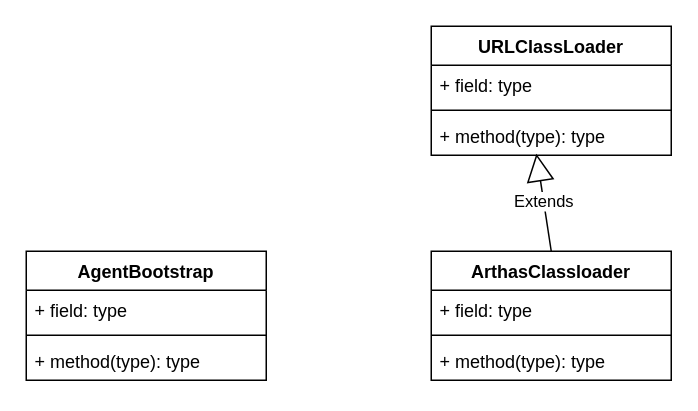
This is page "agent" (3 of 13) of arthas.drawio from tadsimons/draw, a draw.io file, before an edit. Source tidied: cells renumbered, new cells numbered last; positions are measured from the earlier drawing's top-left corner, leaving out a move shared by most shapes. Both pictures are drawn from the tidied source at 150%, with x=0, y=0 at pixel (26, 26).
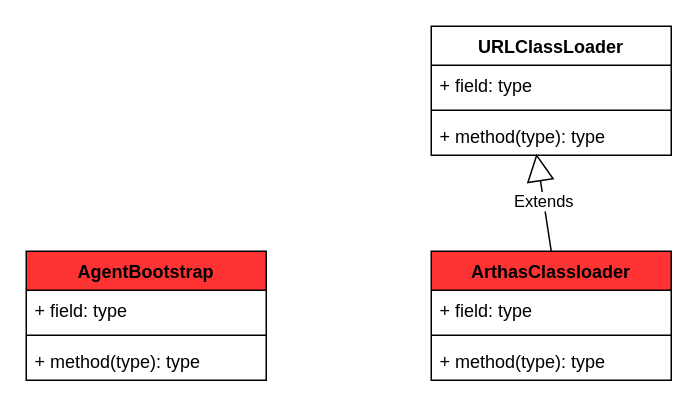
The same page after the edit.

What changed in the source:
```diff
@@
 <mxGraphModel>
   <root>
     <mxCell id="0" />
     <mxCell id="1" parent="0" />
-    <mxCell id="2" value="AgentBootstrap" style="swimlane;fontStyle=1;align=center;verticalAlign=top;horizontal=1;startSize=26;fillColor=#FFFFFF;" parent="1" vertex="1">
+    <mxCell id="2" value="AgentBootstrap" style="swimlane;fontStyle=1;align=center;verticalAlign=top;horizontal=1;startSize=26;fillColor=#FF3333;" parent="1" vertex="1">
       <mxGeometry y="150" width="160" height="86" as="geometry" />
     </mxCell>
     <mxCell id="3" value="+ field: type" style="text;strokeColor=none;fillColor=none;align=left;verticalAlign=top;spacingLeft=4;spacingRight=4;overflow=hidden;" parent="2" vertex="1">
       <mxGeometry y="26" width="160" height="26" as="geometry" />
     </mxCell>
     <mxCell id="4" style="line;strokeWidth=1;fillColor=none;align=left;verticalAlign=middle;spacingTop=-1;spacingLeft=3;spacingRight=3;labelPosition=right;" parent="2" vertex="1">
       <mxGeometry y="52" width="160" height="8" as="geometry" />
     </mxCell>
     <mxCell id="5" value="+ method(type): type" style="text;strokeColor=none;fillColor=none;align=left;verticalAlign=top;spacingLeft=4;spacingRight=4;overflow=hidden;" parent="2" vertex="1">
       <mxGeometry y="60" width="160" height="26" as="geometry" />
     </mxCell>
-    <mxCell id="6" value="ArthasClassloader" style="swimlane;fontStyle=1;align=center;verticalAlign=top;horizontal=1;startSize=26;fillColor=#FFFFFF;" parent="1" vertex="1">
+    <mxCell id="6" value="ArthasClassloader" style="swimlane;fontStyle=1;align=center;verticalAlign=top;horizontal=1;startSize=26;fillColor=#FF3333;" parent="1" vertex="1">
       <mxGeometry x="270" y="150" width="160" height="86" as="geometry" />
     </mxCell>
     <mxCell id="7" value="+ field: type" style="text;strokeColor=none;fillColor=none;align=left;verticalAlign=top;spacingLeft=4;spacingRight=4;overflow=hidden;" parent="6" vertex="1">
       <mxGeometry y="26" width="160" height="26" as="geometry" />
     </mxCell>
     <mxCell id="8" style="line;strokeWidth=1;fillColor=none;align=left;verticalAlign=middle;spacingTop=-1;spacingLeft=3;spacingRight=3;labelPosition=right;" parent="6" vertex="1">
       <mxGeometry y="52" width="160" height="8" as="geometry" />
     </mxCell>
     <mxCell id="9" value="+ method(type): type" style="text;strokeColor=none;fillColor=none;align=left;verticalAlign=top;spacingLeft=4;spacingRight=4;overflow=hidden;" parent="6" vertex="1">
       <mxGeometry y="60" width="160" height="26" as="geometry" />
     </mxCell>
     <mxCell id="10" value="URLClassLoader" style="swimlane;fontStyle=1;align=center;verticalAlign=top;horizontal=1;startSize=26;fillColor=#FFFFFF;" parent="1" vertex="1">
       <mxGeometry x="270" width="160" height="86" as="geometry" />
     </mxCell>
     <mxCell id="11" value="+ field: type" style="text;strokeColor=none;fillColor=none;align=left;verticalAlign=top;spacingLeft=4;spacingRight=4;overflow=hidden;" parent="10" vertex="1">
       <mxGeometry y="26" width="160" height="26" as="geometry" />
     </mxCell>
     <mxCell id="12" style="line;strokeWidth=1;fillColor=none;align=left;verticalAlign=middle;spacingTop=-1;spacingLeft=3;spacingRight=3;labelPosition=right;" parent="10" vertex="1">
       <mxGeometry y="52" width="160" height="8" as="geometry" />
     </mxCell>
     <mxCell id="13" value="+ method(type): type" style="text;strokeColor=none;fillColor=none;align=left;verticalAlign=top;spacingLeft=4;spacingRight=4;overflow=hidden;points=[[0,0.5],[1,0.5]];portConstraint=eastwest;" parent="10" vertex="1">
       <mxGeometry y="60" width="160" height="26" as="geometry" />
     </mxCell>
     <mxCell id="14" value="Extends" style="endArrow=block;endSize=16;endFill=0;html=1;entryX=0.438;entryY=0.962;entryDx=0;entryDy=0;entryPerimeter=0;exitX=0.5;exitY=0;exitDx=0;exitDy=0;" parent="1" edge="1" source="6" target="13">
       <mxGeometry relative="1" as="geometry" />
     </mxCell>
   </root>
 </mxGraphModel>
```
